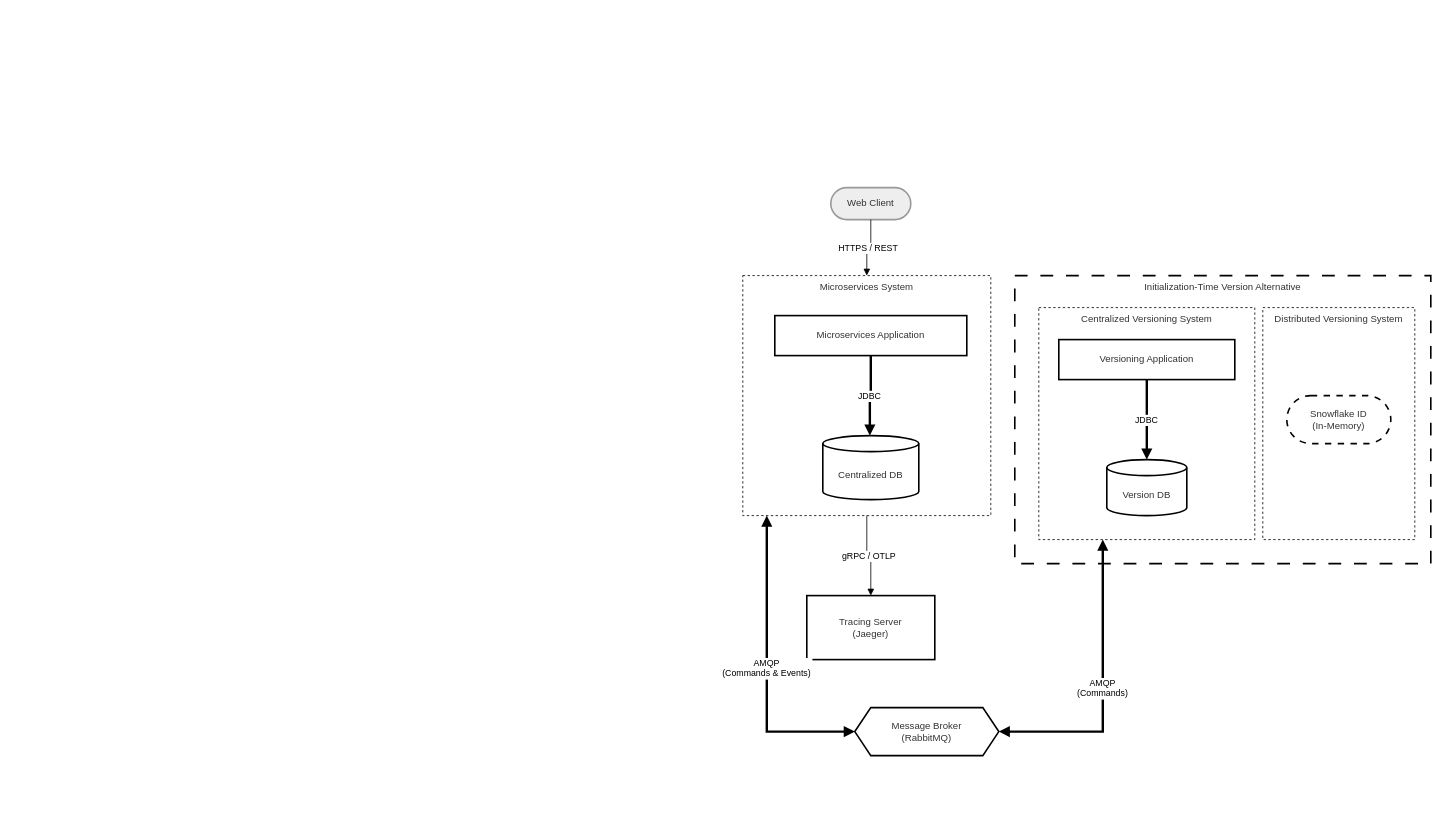
Earlier version of the draw.io diagram data/figs/architecture/topology_stream.drawio (socialsoftware/microservices-simulator). Source tidied: cells renumbered, new cells numbered last; positions are measured from the earlier drawing's top-left corner, leaving out a move shared by most shapes. Both pictures are drawn from the tidied source at 80%, with x=0, y=0 at pixel (742, 187).
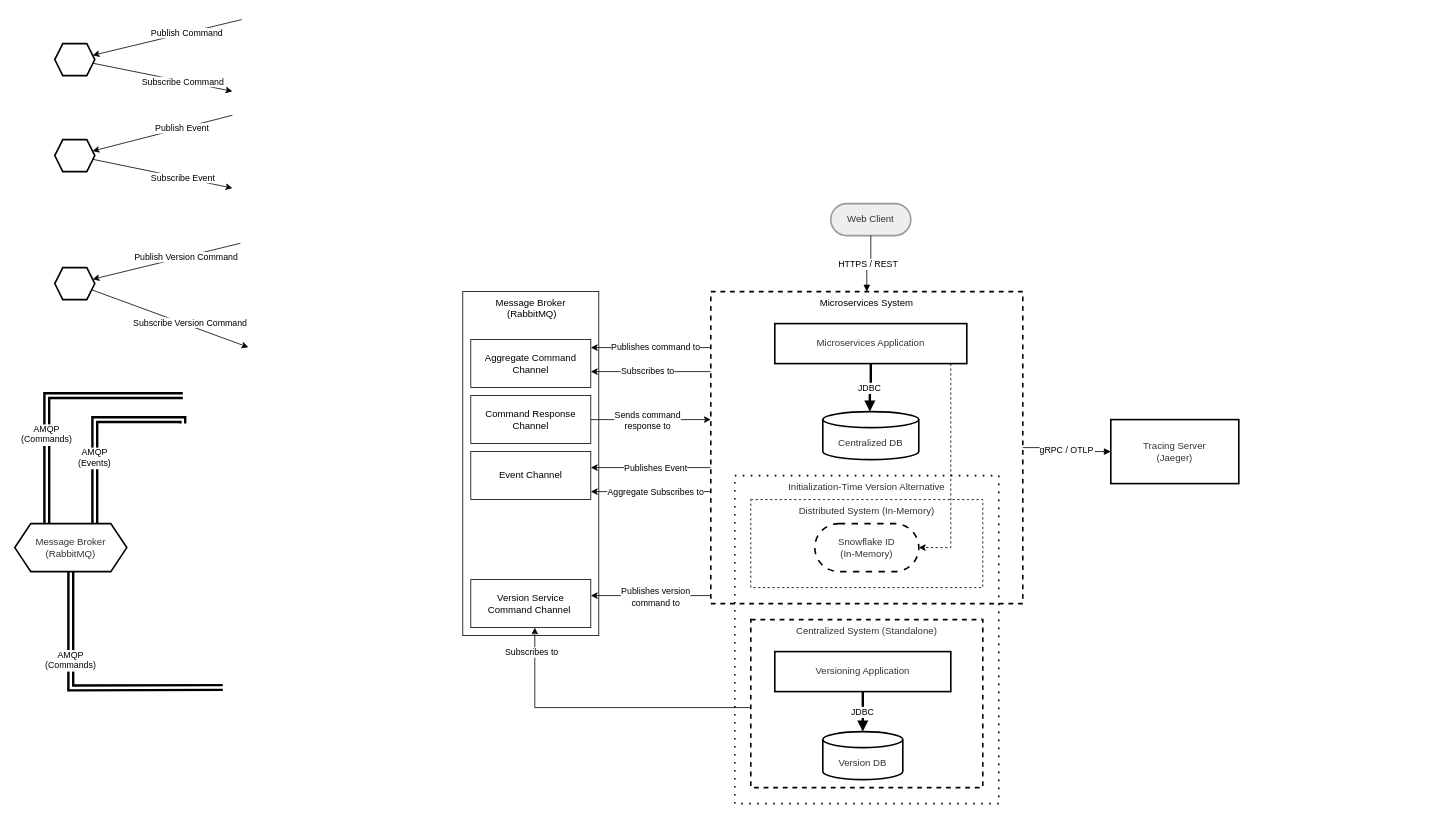
After the change.

Diff of the diagram source:
```diff
@@
+    <mxCell id="20" value="Message Broker&lt;div&gt;&amp;nbsp;(RabbitMQ)&lt;/div&gt;" style="whiteSpace=wrap;html=1;verticalAlign=top;" parent="1" vertex="1">
+      <mxGeometry x="-350" y="130" width="170" height="430" as="geometry" />
+    </mxCell>
+    <mxCell id="21" style="edgeStyle=orthogonalEdgeStyle;rounded=0;jettySize=auto;html=1;" parent="1" edge="1" source="5" target="50">
+      <mxGeometry relative="1" as="geometry">
+        <Array as="points">
+          <mxPoint x="-110" y="200" />
+          <mxPoint x="-110" y="200" />
+        </Array>
+      </mxGeometry>
+    </mxCell>
+    <mxCell id="22" value="Publishes command to" style="edgeLabel;html=1;align=center;verticalAlign=middle;" parent="21" vertex="1">
+      <mxGeometry relative="1" as="geometry">
+        <mxPoint x="5" y="-1" as="offset" />
+      </mxGeometry>
+    </mxCell>
+    <mxCell id="23" style="edgeStyle=orthogonalEdgeStyle;rounded=0;jettySize=auto;html=1;" parent="1" edge="1" source="5" target="54">
+      <mxGeometry relative="1" as="geometry">
+        <Array as="points">
+          <mxPoint x="-100" y="510" />
+          <mxPoint x="-100" y="510" />
+        </Array>
+      </mxGeometry>
+    </mxCell>
+    <mxCell id="24" value="Publishes version&lt;div&gt;command to&lt;/div&gt;" style="edgeLabel;html=1;align=center;verticalAlign=middle;" parent="23" vertex="1">
+      <mxGeometry relative="1" as="geometry">
+        <mxPoint x="5" y="1" as="offset" />
+      </mxGeometry>
+    </mxCell>
+    <mxCell id="25" style="edgeStyle=orthogonalEdgeStyle;rounded=0;jettySize=auto;html=1;" parent="1" edge="1" source="5" target="50">
+      <mxGeometry relative="1" as="geometry">
+        <Array as="points">
+          <mxPoint x="-150" y="230" />
+          <mxPoint x="-150" y="230" />
+        </Array>
+      </mxGeometry>
+    </mxCell>
+    <mxCell id="26" value="Subscribes to" style="edgeLabel;html=1;align=center;verticalAlign=middle;" parent="25" vertex="1">
+      <mxGeometry relative="1" as="geometry">
+        <mxPoint x="-5" y="-2" as="offset" />
+      </mxGeometry>
+    </mxCell>
+    <mxCell id="27" style="edgeStyle=orthogonalEdgeStyle;rounded=0;jettySize=auto;html=1;" parent="1" edge="1" source="5" target="55">
+      <mxGeometry relative="1" as="geometry">
+        <Array as="points">
+          <mxPoint x="-120" y="350" />
+          <mxPoint x="-120" y="350" />
+        </Array>
+      </mxGeometry>
+    </mxCell>
+    <mxCell id="28" value="Publishes Event" style="edgeLabel;html=1;align=center;verticalAlign=middle;" parent="27" vertex="1">
+      <mxGeometry x="0.15" y="2" relative="1" as="geometry">
+        <mxPoint x="16" y="-2" as="offset" />
+      </mxGeometry>
+    </mxCell>
+    <mxCell id="29" style="edgeStyle=orthogonalEdgeStyle;rounded=0;jettySize=auto;html=1;" parent="1" edge="1" source="5" target="55">
+      <mxGeometry relative="1" as="geometry">
+        <Array as="points">
+          <mxPoint x="-150" y="380" />
+          <mxPoint x="-150" y="380" />
+        </Array>
+      </mxGeometry>
+    </mxCell>
+    <mxCell id="30" value="Aggregate Subscribes to" style="edgeLabel;html=1;align=center;verticalAlign=middle;" parent="29" vertex="1">
+      <mxGeometry x="0.21" y="2" relative="1" as="geometry">
+        <mxPoint x="21" y="-2" as="offset" />
+      </mxGeometry>
+    </mxCell>
+    <mxCell id="5" value="Microservices System" style="whiteSpace=wrap;strokeWidth=2;verticalAlign=top;dashed=1;" parent="1" vertex="1">
+      <mxGeometry x="-40" y="130" width="390" height="390" as="geometry" />
+    </mxCell>
+    <mxCell id="31" style="rounded=0;jettySize=auto;html=1;exitX=0.004;exitY=0.155;exitDx=0;exitDy=0;exitPerimeter=0;" parent="1" edge="1" target="39">
+      <mxGeometry relative="1" as="geometry">
+        <mxPoint x="-626.4" y="-210" as="sourcePoint" />
+      </mxGeometry>
+    </mxCell>
+    <mxCell id="32" value="Publish Command" style="edgeLabel;html=1;align=center;verticalAlign=middle;" parent="31" vertex="1">
+      <mxGeometry relative="1" as="geometry">
+        <mxPoint x="24" y="-6" as="offset" />
+      </mxGeometry>
+    </mxCell>
+    <mxCell id="3" value="Initialization-Time Version Alternative" style="whiteSpace=wrap;strokeWidth=2;fillColor=none;strokeColor=#000000;fontColor=light-dark(#333333,#cccccc);dashed=1;verticalAlign=top;dashPattern=1 4;" parent="1" vertex="1">
+      <mxGeometry x="-10" y="360" width="330" height="410" as="geometry" />
+    </mxCell>
-    <mxCell id="2" value="Distributed Versioning System" style="whiteSpace=wrap;strokeWidth=1;verticalAlign=top;fillColor=none;strokeColor=#000000;fontColor=light-dark(#333333,#cccccc);dashed=1;dashPattern=3 3;" parent="1" vertex="1">
-      <mxGeometry x="650" y="150" width="190" height="290" as="geometry" />
+    <mxCell id="2" value="Distributed System (In-Memory)" style="whiteSpace=wrap;strokeWidth=1;verticalAlign=top;fillColor=none;strokeColor=#000000;fontColor=light-dark(#333333,#cccccc);dashed=1;dashPattern=3 3;" parent="1" vertex="1">
+      <mxGeometry x="10" y="390" width="290" height="110" as="geometry" />
     </mxCell>
-    <mxCell id="3" value="Initialization-Time Version Alternative" style="whiteSpace=wrap;strokeWidth=2;fillColor=none;strokeColor=#000000;fontColor=light-dark(#333333,#cccccc);dashed=1;dashPattern=8 8;verticalAlign=top;" parent="1" vertex="1">
-      <mxGeometry x="340" y="110" width="520" height="360" as="geometry" />
-    </mxCell>
+    <mxCell id="33" style="edgeStyle=orthogonalEdgeStyle;rounded=0;jettySize=auto;html=1;" parent="1" edge="1" source="4" target="54">
+      <mxGeometry relative="1" as="geometry">
+        <Array as="points">
+          <mxPoint x="-260" y="650" />
+        </Array>
+      </mxGeometry>
+    </mxCell>
+    <mxCell id="34" value="Subscribes to" style="edgeLabel;html=1;align=center;verticalAlign=middle;" parent="33" vertex="1">
+      <mxGeometry relative="1" as="geometry">
+        <mxPoint x="-90" y="-70" as="offset" />
+      </mxGeometry>
+    </mxCell>
-    <mxCell id="4" value="Centralized Versioning System" style="whiteSpace=wrap;strokeWidth=1;verticalAlign=top;fillColor=none;strokeColor=#000000;fontColor=light-dark(#333333,#cccccc);dashed=1;dashPattern=3 3;" parent="1" vertex="1">
-      <mxGeometry x="370" y="150" width="270" height="290" as="geometry" />
+    <mxCell id="4" value="Centralized System (Standalone)" style="whiteSpace=wrap;strokeWidth=2;verticalAlign=top;fillColor=default;strokeColor=#000000;fontColor=light-dark(#333333,#cccccc);dashed=1;dashPattern=3 3;" parent="1" vertex="1">
+      <mxGeometry x="10" y="540" width="290" height="210" as="geometry" />
     </mxCell>
-    <mxCell id="5" value="Microservices System" style="whiteSpace=wrap;strokeWidth=1;verticalAlign=top;fillColor=none;strokeColor=#000000;fontColor=light-dark(#333333,#cccccc);dashed=1;dashPattern=3 3;" parent="1" vertex="1">
-      <mxGeometry y="110" width="310" height="300" as="geometry" />
-    </mxCell>
-    <mxCell id="6" value="Microservices Application" style="whiteSpace=wrap;strokeWidth=2;fillColor=#ffffff;strokeColor=#000000;fontColor=light-dark(#333333,#cccccc);" parent="5" vertex="1">
-      <mxGeometry x="40" y="50" width="240" height="50" as="geometry" />
-    </mxCell>
-    <mxCell id="7" value="Centralized DB" style="shape=cylinder3;boundedLbl=1;backgroundOutline=1;size=10;strokeWidth=2;whiteSpace=wrap;fillColor=#ffffff;strokeColor=#000000;fontColor=light-dark(#333333,#cccccc);" parent="5" vertex="1">
-      <mxGeometry x="100" y="200" width="120" height="80" as="geometry" />
-    </mxCell>
-    <mxCell id="8" value="JDBC" style="startArrow=none;endArrow=block;strokeWidth=3;exitX=0.5;exitY=0.99;entryX=0.49;entryY=-0.01;rounded=0;edgeStyle=orthogonalEdgeStyle;" parent="5" edge="1" source="6" target="7">
-      <mxGeometry relative="1" as="geometry" />
-    </mxCell>
     <mxCell id="9" value="Web Client" style="rounded=1;whiteSpace=wrap;arcSize=50;strokeWidth=2;fillColor=light-dark(#eeeeee,#1f2020);strokeColor=light-dark(#999999,#cccccc);fontColor=light-dark(#333333,#cccccc);" parent="1" vertex="1">
-      <mxGeometry x="110" width="100" height="40" as="geometry" />
+      <mxGeometry x="110" y="20" width="100" height="40" as="geometry" />
     </mxCell>
     <mxCell id="10" value="Snowflake ID&#10;(In-Memory)" style="rounded=1;whiteSpace=wrap;arcSize=50;strokeWidth=2;fillColor=#ffffff;strokeColor=#000000;fontColor=light-dark(#333333,#cccccc);dashed=1;dashPattern=4 4;" parent="1" vertex="1">
-      <mxGeometry x="680" y="260" width="130" height="60" as="geometry" />
+      <mxGeometry x="90" y="420" width="130" height="60" as="geometry" />
     </mxCell>
     <mxCell id="11" value="Message Broker&#10;(RabbitMQ)" style="shape=hexagon;perimeter=hexagonPerimeter2;fixedSize=1;strokeWidth=2;whiteSpace=wrap;fillColor=#ffffff;strokeColor=#000000;fontColor=light-dark(#333333,#cccccc);" parent="1" vertex="1">
-      <mxGeometry x="140" y="650" width="180" height="60" as="geometry" />
+      <mxGeometry x="-910" y="420" width="140" height="60" as="geometry" />
     </mxCell>
     <mxCell id="12" value="Tracing Server&#10;(Jaeger)" style="whiteSpace=wrap;strokeWidth=2;fillColor=#ffffff;strokeColor=#000000;fontColor=light-dark(#333333,#cccccc);" parent="1" vertex="1">
-      <mxGeometry x="80" y="510" width="160" height="80" as="geometry" />
+      <mxGeometry x="460" y="290" width="160" height="80" as="geometry" />
     </mxCell>
@@
-    <mxCell id="14" value="AMQP &#10;(Commands &amp; Events)" style="startArrow=block;endArrow=block;strokeWidth=3;rounded=0;edgeStyle=orthogonalEdgeStyle;" parent="1" edge="1" source="5" target="11">
-      <mxGeometry relative="1" as="geometry">
+    <mxCell id="14" value="AMQP &#10;(Events)" style="startArrow=block;endArrow=block;strokeWidth=3;rounded=0;edgeStyle=orthogonalEdgeStyle;strokeColor=default;shape=link;" parent="1" edge="1" target="11">
+      <mxGeometry x="0.32" relative="1" as="geometry">
+        <mxPoint x="-700" y="294.9" as="sourcePoint" />
         <Array as="points">
-          <mxPoint x="30" y="680" />
+          <mxPoint x="-810" y="290" />
         </Array>
       </mxGeometry>
     </mxCell>
-    <mxCell id="15" value="AMQP &#10;(Commands)" style="startArrow=block;endArrow=block;strokeWidth=3;rounded=0;edgeStyle=orthogonalEdgeStyle;" parent="1" edge="1" source="4" target="11">
-      <mxGeometry relative="1" as="geometry">
-        <Array as="points">
-          <mxPoint x="450" y="680" />
-        </Array>
+    <mxCell id="15" value="AMQP &#10;(Commands)" style="startArrow=block;endArrow=block;strokeWidth=3;rounded=0;edgeStyle=orthogonalEdgeStyle;shape=link;" parent="1" edge="1" target="11">
+      <mxGeometry x="0.34" relative="1" as="geometry">
+        <mxPoint x="-650" y="624.9" as="sourcePoint" />
       </mxGeometry>
     </mxCell>
-    <mxCell id="16" value="gRPC / OTLP" style="dashPattern=2 3;startArrow=none;endArrow=block;exitX=0.5;exitY=1;entryX=0.5;entryY=0;rounded=0;edgeStyle=orthogonalEdgeStyle;" parent="1" edge="1" source="5" target="12">
+    <mxCell id="16" value="gRPC / OTLP" style="dashPattern=2 3;startArrow=none;endArrow=block;rounded=0;edgeStyle=orthogonalEdgeStyle;" parent="1" edge="1" source="5" target="12">
       <mxGeometry relative="1" as="geometry" />
     </mxCell>
     <mxCell id="17" value="Versioning Application" style="whiteSpace=wrap;strokeWidth=2;fillColor=#ffffff;strokeColor=#000000;fontColor=light-dark(#333333,#cccccc);" parent="1" vertex="1">
-      <mxGeometry x="395" y="190" width="220" height="50" as="geometry" />
+      <mxGeometry x="40" y="580" width="220" height="50" as="geometry" />
     </mxCell>
     <mxCell id="18" value="Version DB" style="shape=cylinder3;boundedLbl=1;backgroundOutline=1;size=10;strokeWidth=2;whiteSpace=wrap;fillColor=#ffffff;strokeColor=#000000;fontColor=light-dark(#333333,#cccccc);" parent="1" vertex="1">
-      <mxGeometry x="455" y="340" width="100" height="70" as="geometry" />
+      <mxGeometry x="100" y="680" width="100" height="60" as="geometry" />
     </mxCell>
@@
+    <mxCell id="35" style="edgeStyle=orthogonalEdgeStyle;rounded=0;jettySize=auto;html=1;dashed=1;" parent="1" edge="1" source="6" target="10">
+      <mxGeometry relative="1" as="geometry">
+        <Array as="points">
+          <mxPoint x="260" y="450" />
+        </Array>
+      </mxGeometry>
+    </mxCell>
+    <mxCell id="6" value="Microservices Application" style="whiteSpace=wrap;strokeWidth=2;fillColor=#ffffff;strokeColor=#000000;fontColor=light-dark(#333333,#cccccc);" parent="1" vertex="1">
+      <mxGeometry x="40" y="170" width="240" height="50" as="geometry" />
+    </mxCell>
+    <mxCell id="7" value="Centralized DB" style="shape=cylinder3;boundedLbl=1;backgroundOutline=1;size=10;strokeWidth=2;whiteSpace=wrap;fillColor=#ffffff;strokeColor=#000000;fontColor=light-dark(#333333,#cccccc);" parent="1" vertex="1">
+      <mxGeometry x="100" y="280" width="120" height="60" as="geometry" />
+    </mxCell>
+    <mxCell id="8" value="JDBC" style="startArrow=none;endArrow=block;strokeWidth=3;exitX=0.5;exitY=0.99;entryX=0.49;entryY=-0.01;rounded=0;edgeStyle=orthogonalEdgeStyle;" parent="1" edge="1" source="6" target="7">
+      <mxGeometry relative="1" as="geometry" />
+    </mxCell>
+    <mxCell id="36" value="AMQP &#10;(Commands)" style="startArrow=block;endArrow=block;strokeWidth=3;rounded=0;edgeStyle=orthogonalEdgeStyle;strokeColor=default;shape=link;" parent="1" edge="1" target="11">
+      <mxGeometry x="0.32" relative="1" as="geometry">
+        <mxPoint x="-700" y="260" as="sourcePoint" />
+        <Array as="points">
+          <mxPoint x="-870" y="260" />
+        </Array>
+      </mxGeometry>
+    </mxCell>
+    <mxCell id="37" style="rounded=0;jettySize=auto;html=1;" parent="1" edge="1" source="39">
+      <mxGeometry relative="1" as="geometry">
+        <mxPoint x="-638" y="-120.4" as="targetPoint" />
+      </mxGeometry>
+    </mxCell>
+    <mxCell id="38" value="Subscribe Command" style="edgeLabel;html=1;align=center;verticalAlign=middle;" parent="37" vertex="1">
+      <mxGeometry relative="1" as="geometry">
+        <mxPoint x="25" y="5" as="offset" />
+      </mxGeometry>
+    </mxCell>
+    <mxCell id="39" style="shape=hexagon;perimeter=hexagonPerimeter2;fixedSize=1;strokeWidth=2;whiteSpace=wrap;fillColor=#ffffff;strokeColor=#000000;fontColor=light-dark(#333333,#cccccc);size=10;" parent="1" vertex="1">
+      <mxGeometry x="-860" y="-180" width="50" height="40" as="geometry" />
+    </mxCell>
+    <mxCell id="40" style="rounded=0;jettySize=auto;html=1;" parent="1" edge="1" target="44">
+      <mxGeometry relative="1" as="geometry">
+        <mxPoint x="-638" y="-90.4" as="sourcePoint" />
+      </mxGeometry>
+    </mxCell>
+    <mxCell id="41" value="Publish Event" style="edgeLabel;html=1;align=center;verticalAlign=middle;" parent="40" vertex="1">
+      <mxGeometry relative="1" as="geometry">
+        <mxPoint x="24" y="-6" as="offset" />
+      </mxGeometry>
+    </mxCell>
+    <mxCell id="42" style="rounded=0;jettySize=auto;html=1;" parent="1" edge="1" source="44">
+      <mxGeometry relative="1" as="geometry">
+        <mxPoint x="-638" y="0.6" as="targetPoint" />
+      </mxGeometry>
+    </mxCell>
+    <mxCell id="43" value="Subscribe Event" style="edgeLabel;html=1;align=center;verticalAlign=middle;" parent="42" vertex="1">
+      <mxGeometry relative="1" as="geometry">
+        <mxPoint x="25" y="5" as="offset" />
+      </mxGeometry>
+    </mxCell>
+    <mxCell id="44" style="shape=hexagon;perimeter=hexagonPerimeter2;fixedSize=1;strokeWidth=2;whiteSpace=wrap;fillColor=#ffffff;strokeColor=#000000;fontColor=light-dark(#333333,#cccccc);size=10;" parent="1" vertex="1">
+      <mxGeometry x="-860" y="-60" width="50" height="40" as="geometry" />
+    </mxCell>
+    <mxCell id="45" style="rounded=0;jettySize=auto;html=1;exitX=0.004;exitY=0.155;exitDx=0;exitDy=0;exitPerimeter=0;" parent="1" edge="1" target="49">
+      <mxGeometry relative="1" as="geometry">
+        <mxPoint x="-628" y="69.6" as="sourcePoint" />
+      </mxGeometry>
+    </mxCell>
+    <mxCell id="46" value="Publish Version Command" style="edgeLabel;html=1;align=center;verticalAlign=middle;" parent="45" vertex="1">
+      <mxGeometry relative="1" as="geometry">
+        <mxPoint x="24" y="-6" as="offset" />
+      </mxGeometry>
+    </mxCell>
+    <mxCell id="47" style="rounded=0;jettySize=auto;html=1;" parent="1" edge="1" source="49">
+      <mxGeometry relative="1" as="geometry">
+        <mxPoint x="-618" y="199.6" as="targetPoint" />
+      </mxGeometry>
+    </mxCell>
+    <mxCell id="48" value="Subscribe Version Command" style="edgeLabel;html=1;align=center;verticalAlign=middle;" parent="47" vertex="1">
+      <mxGeometry relative="1" as="geometry">
+        <mxPoint x="25" y="5" as="offset" />
+      </mxGeometry>
+    </mxCell>
+    <mxCell id="49" style="shape=hexagon;perimeter=hexagonPerimeter2;fixedSize=1;strokeWidth=2;whiteSpace=wrap;fillColor=#ffffff;strokeColor=#000000;fontColor=light-dark(#333333,#cccccc);size=10;" parent="1" vertex="1">
+      <mxGeometry x="-860" y="100" width="50" height="40" as="geometry" />
+    </mxCell>
+    <mxCell id="50" value="Aggregate Command Channel" style="whiteSpace=wrap;html=1;" parent="1" vertex="1">
+      <mxGeometry x="-340" y="190" width="150" height="60" as="geometry" />
+    </mxCell>
+    <mxCell id="51" style="edgeStyle=orthogonalEdgeStyle;rounded=0;jettySize=auto;html=1;" parent="1" edge="1" source="53" target="5">
+      <mxGeometry relative="1" as="geometry">
+        <Array as="points">
+          <mxPoint x="-80" y="290" />
+          <mxPoint x="-80" y="290" />
+        </Array>
+      </mxGeometry>
+    </mxCell>
+    <mxCell id="52" value="Sends command&lt;div&gt;response to&lt;/div&gt;" style="edgeLabel;html=1;align=center;verticalAlign=middle;" parent="51" vertex="1">
+      <mxGeometry relative="1" as="geometry">
+        <mxPoint x="-5" as="offset" />
+      </mxGeometry>
+    </mxCell>
+    <mxCell id="53" value="Command Response Channel" style="whiteSpace=wrap;html=1;" parent="1" vertex="1">
+      <mxGeometry x="-340" y="260" width="150" height="60" as="geometry" />
+    </mxCell>
+    <mxCell id="54" value="Version&amp;nbsp;&lt;span style=&quot;background-color: transparent; color: light-dark(rgb(0, 0, 0), rgb(255, 255, 255));&quot;&gt;Service&lt;/span&gt;&lt;div&gt;&lt;span style=&quot;background-color: transparent; color: light-dark(rgb(0, 0, 0), rgb(255, 255, 255));&quot;&gt;Command Channel&amp;nbsp;&lt;/span&gt;&lt;/div&gt;" style="whiteSpace=wrap;html=1;" parent="1" vertex="1">
+      <mxGeometry x="-340" y="490" width="150" height="60" as="geometry" />
+    </mxCell>
+    <mxCell id="55" value="Event Channel" style="whiteSpace=wrap;html=1;" parent="1" vertex="1">
+      <mxGeometry x="-340" y="330" width="150" height="60" as="geometry" />
+    </mxCell>
```
